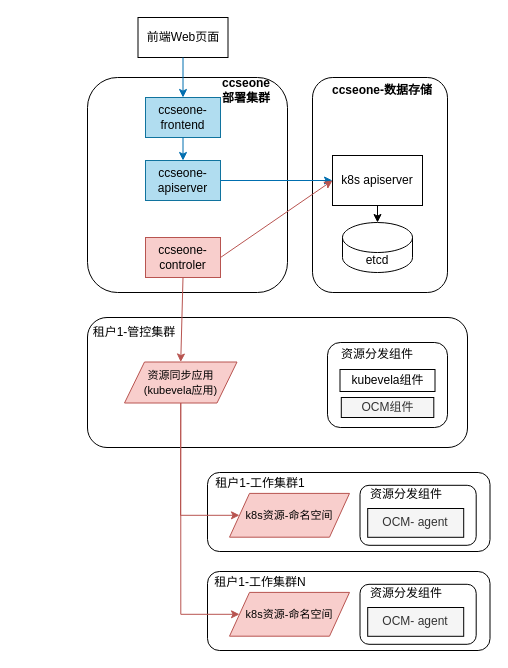
Earlier version of the draw.io diagram page "全局命名空间" (3 of 5) of drawio/zz.drawio (Tiny-VS-Lina/ccse). Source tidied: cells renumbered, new cells numbered last; positions are measured from the earlier drawing's top-left corner, leaving out a move shared by most shapes. Both pictures are drawn from the tidied source at 100%, with x=0, y=0 at pixel (87, 17).
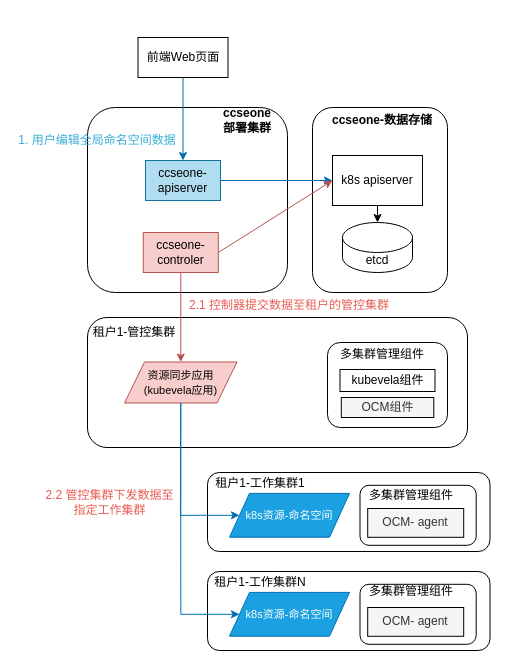
The same page after the edit.

The change refers to these unchanged cells:
```xml
<mxCell id="5" value="ccseone-apiserver" style="rounded=0;whiteSpace=wrap;html=1;fillColor=#b1ddf0;strokeColor=#10739e;" parent="1" vertex="1">
  <mxGeometry x="58" y="143" width="75" height="40" as="geometry" />
</mxCell>
<mxCell id="22" value="&lt;font style=&quot;font-size: 11px;&quot;&gt;资源同步应用&lt;br&gt;(kubevela应用)&lt;br&gt;&lt;/font&gt;" style="shape=parallelogram;perimeter=parallelogramPerimeter;whiteSpace=wrap;html=1;fixedSize=1;fillColor=#f8cecc;strokeColor=#b85450;" parent="1" vertex="1">
  <mxGeometry x="37" y="344.5" width="112.5" height="41" as="geometry" />
</mxCell>
<mxCell id="23" style="group;" parent="1" vertex="1">
  <mxGeometry x="240" y="325" width="120" height="85" as="geometry" />
</mxCell>
```

Diff of the diagram source:
```diff
@@
     <mxCell id="3" style="rounded=1;whiteSpace=wrap;html=1;" parent="1" vertex="1">
-      <mxGeometry y="60" width="200" height="215" as="geometry" />
+      <mxGeometry y="90" width="200" height="185" as="geometry" />
     </mxCell>
     <mxCell id="4" style="rounded=1;whiteSpace=wrap;html=1;" parent="1" vertex="1">
-      <mxGeometry x="225" y="60" width="135" height="215" as="geometry" />
+      <mxGeometry x="225" y="90" width="135" height="185" as="geometry" />
     </mxCell>
@@
-    <mxCell id="6" value="ccseone-frontend" style="rounded=0;whiteSpace=wrap;html=1;fillColor=#b1ddf0;strokeColor=#10739e;" parent="1" vertex="1">
-      <mxGeometry x="58" y="80" width="75" height="40" as="geometry" />
-    </mxCell>
-    <mxCell id="7" style="endArrow=classic;html=1;rounded=0;strokeColor=#006EAF;" parent="1" edge="1" source="6" target="5">
-      <mxGeometry relative="1" as="geometry" />
-    </mxCell>
     <mxCell id="8" value="前端Web页面" style="rounded=0;whiteSpace=wrap;html=1;" parent="1" vertex="1">
-      <mxGeometry x="50.5" width="90" height="40" as="geometry" />
+      <mxGeometry x="50.5" y="20" width="90" height="40" as="geometry" />
     </mxCell>
-    <mxCell id="9" style="endArrow=classic;html=1;rounded=0;exitX=0.5;exitY=1;exitDx=0;exitDy=0;strokeColor=#006EAF;entryX=0.5;entryY=0;entryDx=0;entryDy=0;" parent="1" edge="1" source="8" target="6">
+    <mxCell id="9" style="endArrow=classic;html=1;rounded=0;exitX=0.5;exitY=1;exitDx=0;exitDy=0;strokeColor=#006EAF;entryX=0.5;entryY=0;entryDx=0;entryDy=0;" parent="1" edge="1" source="8" target="5">
       <mxGeometry relative="1" as="geometry" />
     </mxCell>
     <mxCell id="10" value="ccseone-controler" style="rounded=0;whiteSpace=wrap;html=1;fillColor=#f8cecc;strokeColor=#b85450;" parent="1" vertex="1">
-      <mxGeometry x="58" y="220" width="75" height="40" as="geometry" />
+      <mxGeometry x="55.8" y="215" width="75" height="40" as="geometry" />
     </mxCell>
@@
     <mxCell id="14" value="&lt;b style=&quot;border-color: var(--border-color); font-size: 12px;&quot;&gt;ccseone-数据存储&lt;/b&gt;" style="text;html=1;strokeColor=none;fillColor=none;align=center;verticalAlign=middle;whiteSpace=wrap;rounded=0;fontSize=12;" parent="1" vertex="1">
-      <mxGeometry x="230" y="60" width="130" height="25" as="geometry" />
+      <mxGeometry x="230" y="90" width="130" height="25" as="geometry" />
     </mxCell>
@@
     <mxCell id="18" value="&lt;b style=&quot;border-color: var(--border-color); font-size: 12px;&quot;&gt;ccseone&lt;br&gt;部署集群&lt;/b&gt;" style="text;html=1;strokeColor=none;fillColor=none;align=center;verticalAlign=middle;whiteSpace=wrap;rounded=0;fontSize=12;" parent="1" vertex="1">
-      <mxGeometry x="94" y="60" width="130" height="25" as="geometry" />
+      <mxGeometry x="95" y="90" width="130" height="25" as="geometry" />
     </mxCell>
-    <mxCell id="19" value="&lt;font style=&quot;font-size: 11px;&quot;&gt;k8s资源-命名空间&lt;/font&gt;" style="shape=parallelogram;perimeter=parallelogramPerimeter;whiteSpace=wrap;html=1;fixedSize=1;fillColor=#f8cecc;strokeColor=#b85450;" parent="1" vertex="1">
+    <mxCell id="19" value="&lt;font style=&quot;font-size: 11px;&quot;&gt;k8s资源-命名空间&lt;/font&gt;" style="shape=parallelogram;perimeter=parallelogramPerimeter;whiteSpace=wrap;html=1;fixedSize=1;fillColor=#1ba1e2;strokeColor=#006EAF;fontColor=#ffffff;" parent="1" vertex="1">
       <mxGeometry x="142" y="475.9" width="120" height="43.8" as="geometry" />
     </mxCell>
@@
-    <mxCell id="27" value="&lt;font&gt;资源分发组件&lt;/font&gt;" style="text;html=1;strokeColor=none;fillColor=none;align=center;verticalAlign=middle;whiteSpace=wrap;rounded=0;fontColor=#000000;" parent="23" vertex="1">
-      <mxGeometry x="10" y="4" width="80" height="15" as="geometry" />
+    <mxCell id="27" value="&lt;font&gt;多集群管理组件&lt;/font&gt;" style="text;html=1;strokeColor=none;fillColor=none;align=center;verticalAlign=middle;whiteSpace=wrap;rounded=0;fontColor=#000000;" parent="23" vertex="1">
+      <mxGeometry x="10" y="4" width="90" height="15" as="geometry" />
     </mxCell>
@@
-    <mxCell id="29" value="&lt;font&gt;资源分发组件&lt;/font&gt;" style="text;html=1;strokeColor=none;fillColor=none;align=center;verticalAlign=middle;whiteSpace=wrap;rounded=0;fontColor=#000000;" parent="1" vertex="1">
-      <mxGeometry x="278.8" y="469.8" width="80" height="15" as="geometry" />
-    </mxCell>
@@
-    <mxCell id="31" style="endArrow=classic;html=1;rounded=0;exitX=0.5;exitY=1;exitDx=0;exitDy=0;entryX=0;entryY=0.5;entryDx=0;entryDy=0;edgeStyle=elbowEdgeStyle;fillColor=#f8cecc;strokeColor=#b85450;" parent="1" edge="1" source="22" target="19">
+    <mxCell id="31" style="endArrow=classic;html=1;rounded=0;exitX=0.5;exitY=1;exitDx=0;exitDy=0;entryX=0;entryY=0.5;entryDx=0;entryDy=0;edgeStyle=elbowEdgeStyle;fillColor=#1ba1e2;strokeColor=#006EAF;" parent="1" edge="1" source="22" target="19">
       <mxGeometry relative="1" as="geometry">
         <Array as="points">
           <mxPoint x="93" y="450" />
         </Array>
       </mxGeometry>
     </mxCell>
@@
-    <mxCell id="34" value="&lt;font style=&quot;font-size: 11px;&quot;&gt;k8s资源-命名空间&lt;/font&gt;" style="shape=parallelogram;perimeter=parallelogramPerimeter;whiteSpace=wrap;html=1;fixedSize=1;fillColor=#f8cecc;strokeColor=#b85450;" parent="1" vertex="1">
+    <mxCell id="34" value="&lt;font style=&quot;font-size: 11px;&quot;&gt;k8s资源-命名空间&lt;/font&gt;" style="shape=parallelogram;perimeter=parallelogramPerimeter;whiteSpace=wrap;html=1;fixedSize=1;fillColor=#1ba1e2;strokeColor=#006EAF;fontColor=#ffffff;" parent="1" vertex="1">
       <mxGeometry x="142" y="574.9" width="120" height="43.8" as="geometry" />
     </mxCell>
@@
-    <mxCell id="36" value="&lt;font&gt;资源分发组件&lt;/font&gt;" style="text;html=1;strokeColor=none;fillColor=none;align=center;verticalAlign=middle;whiteSpace=wrap;rounded=0;fontColor=#000000;" parent="1" vertex="1">
-      <mxGeometry x="278.8" y="568.8" width="80" height="15" as="geometry" />
-    </mxCell>
@@
-    <mxCell id="38" style="endArrow=classic;html=1;rounded=0;exitX=0.5;exitY=1;exitDx=0;exitDy=0;entryX=0;entryY=0.5;entryDx=0;entryDy=0;edgeStyle=orthogonalEdgeStyle;fillColor=#f8cecc;strokeColor=#b85450;" parent="1" edge="1" source="22" target="34">
+    <mxCell id="38" style="endArrow=classic;html=1;rounded=0;exitX=0.5;exitY=1;exitDx=0;exitDy=0;entryX=0;entryY=0.5;entryDx=0;entryDy=0;edgeStyle=orthogonalEdgeStyle;fillColor=#1ba1e2;strokeColor=#006EAF;" parent="1" edge="1" source="22" target="34">
       <mxGeometry relative="1" as="geometry">
         <Array as="points">
           <mxPoint x="93" y="597" />
         </Array>
       </mxGeometry>
     </mxCell>
@@
+    <mxCell id="40" value="1.&amp;nbsp;用户编辑全局命名空间数据" style="text;html=1;strokeColor=none;fillColor=none;align=center;verticalAlign=middle;whiteSpace=wrap;rounded=0;fontColor=#37add7;" parent="1" vertex="1">
+      <mxGeometry x="-70" y="108" width="160" height="30" as="geometry" />
+    </mxCell>
+    <mxCell id="41" value="&lt;font&gt;多集群管理组件&lt;/font&gt;" style="text;html=1;strokeColor=none;fillColor=none;align=center;verticalAlign=middle;whiteSpace=wrap;rounded=0;fontColor=#000000;" parent="1" vertex="1">
+      <mxGeometry x="279" y="470" width="90" height="15" as="geometry" />
+    </mxCell>
+    <mxCell id="42" value="&lt;font&gt;多集群管理组件&lt;/font&gt;" style="text;html=1;strokeColor=none;fillColor=none;align=center;verticalAlign=middle;whiteSpace=wrap;rounded=0;fontColor=#000000;" parent="1" vertex="1">
+      <mxGeometry x="279" y="566.8" width="90" height="15" as="geometry" />
+    </mxCell>
+    <mxCell id="43" value="2.1&amp;nbsp;控制器提交数据至租户的管控集群" style="text;html=1;strokeColor=none;fillColor=none;align=center;verticalAlign=middle;whiteSpace=wrap;rounded=0;strokeWidth=0;fontColor=#e85c54;" parent="1" vertex="1">
+      <mxGeometry x="77" y="275" width="250" height="25" as="geometry" />
+    </mxCell>
+    <mxCell id="44" value="2.2&amp;nbsp;管控集群下发数据至指定工作集群" style="text;html=1;strokeColor=none;fillColor=none;align=center;verticalAlign=middle;whiteSpace=wrap;rounded=0;strokeWidth=0;fontColor=#e85c54;" parent="1" vertex="1">
+      <mxGeometry x="-45" y="470" width="135" height="30.9" as="geometry" />
+    </mxCell>
```
